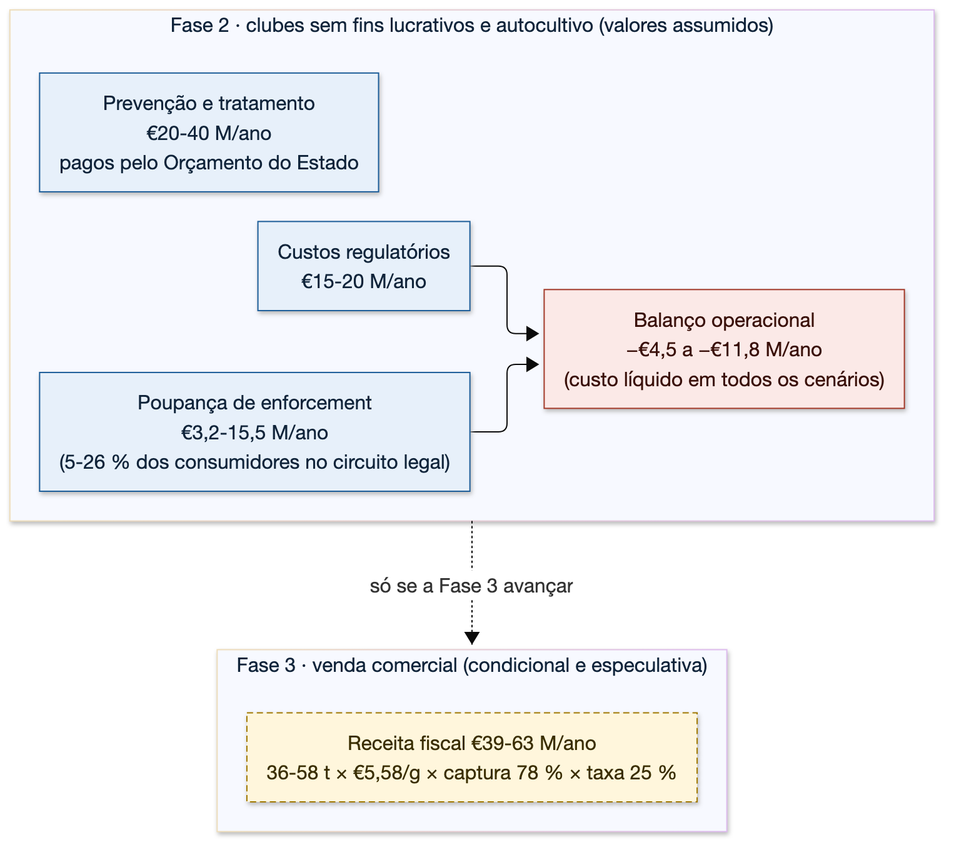
Above: assets/diagrams/balanco-fiscal.png in bcamarneiro/cannabis-legalization (Mermaid), before the change. Its source is kept beside it as assets/diagrams/balanco-fiscal.mmd.
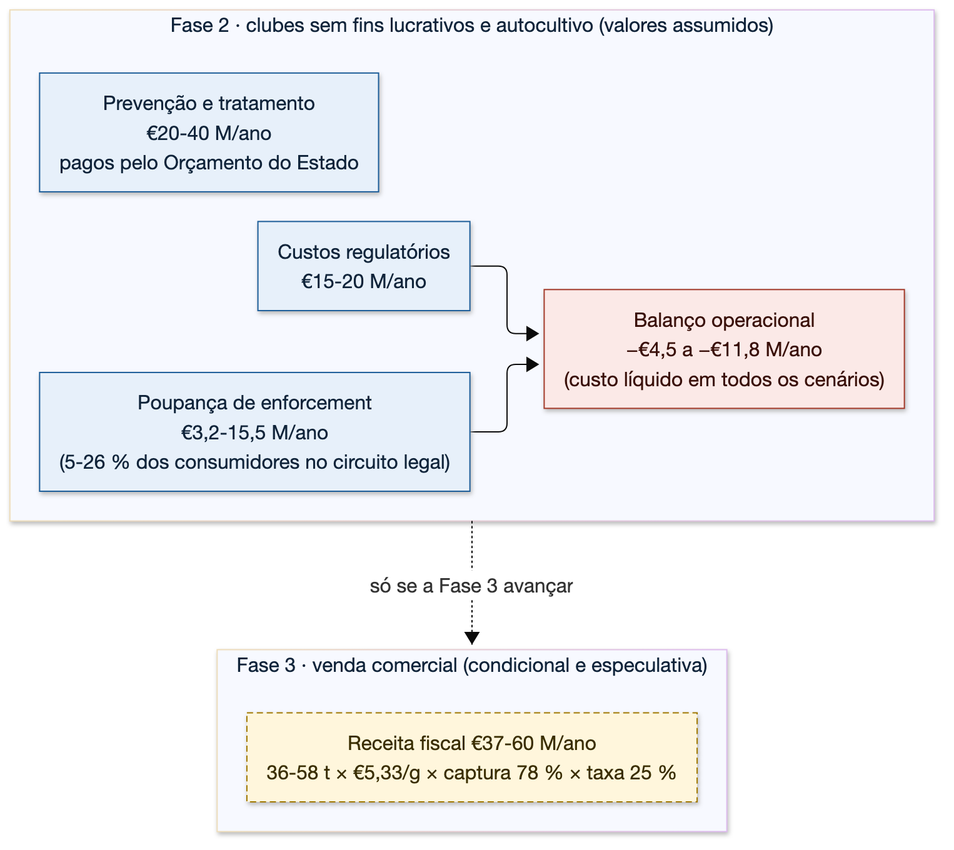
After the change.

The edit, as a diff of the source:
```diff
@@ -6,7 +6,7 @@
         P["Prevenção e tratamento<br/>€20-40 M/ano<br/>pagos pelo Orçamento do Estado"]
     end
     subgraph F3["Fase 3 · venda comercial (condicional e especulativa)"]
-        T["Receita fiscal €39-63 M/ano<br/>36-58 t × €5,58/g × captura 78 % × taxa 25 %"]
+        T["Receita fiscal €37-60 M/ano<br/>36-58 t × €5,33/g × captura 78 % × taxa 25 %"]
     end
     F2 -. "só se a Fase 3 avançar" .-> F3
 
```
